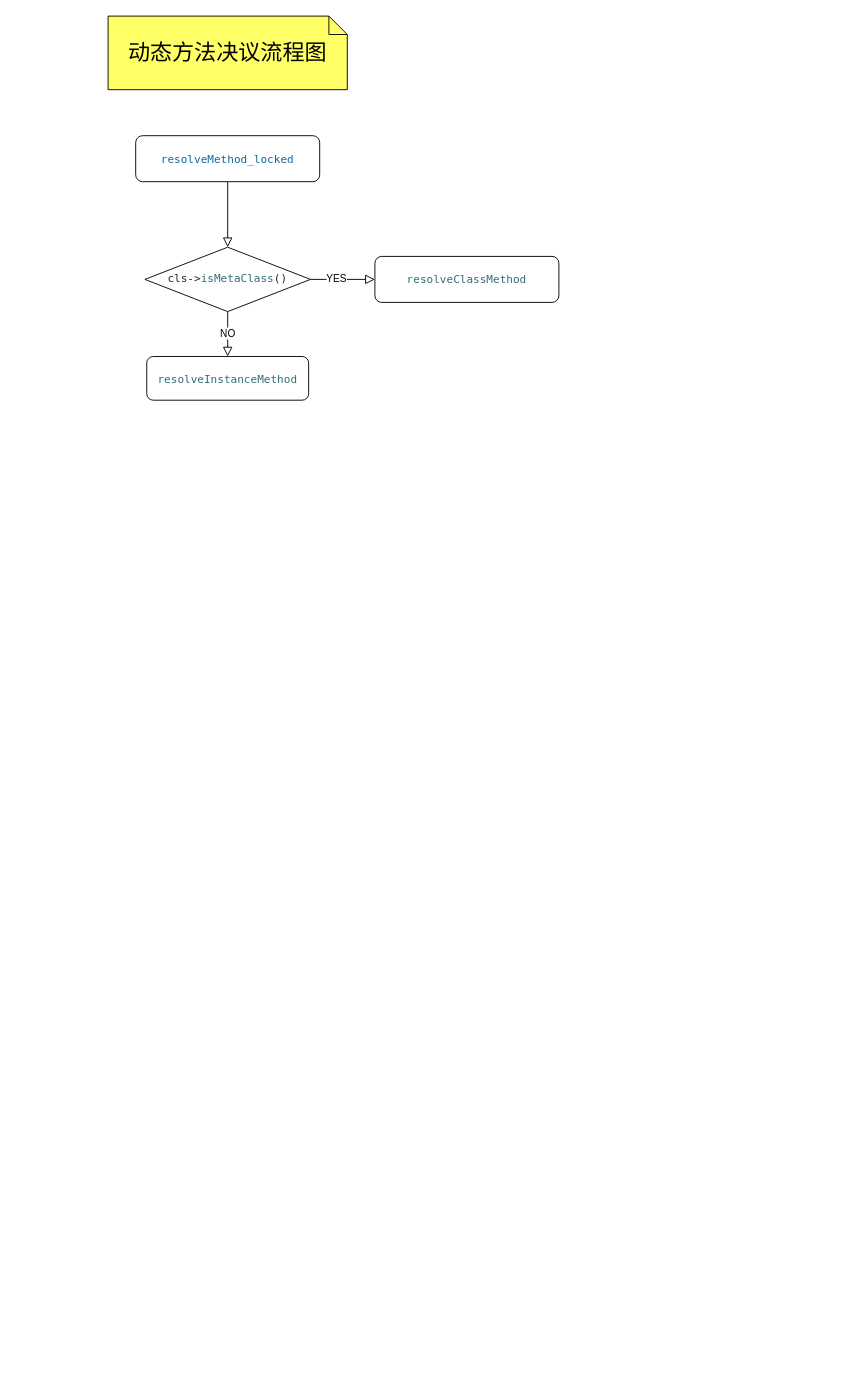
The draw.io diagram Untitled Diagram.drawio in star-j/Flowchart, before the edit. Source tidied: cells renumbered, new cells numbered last; positions are measured from the earlier drawing's top-left corner, leaving out a move shared by most shapes. Both pictures are drawn from the tidied source at 92%, with x=0, y=0 at pixel (108, 16).
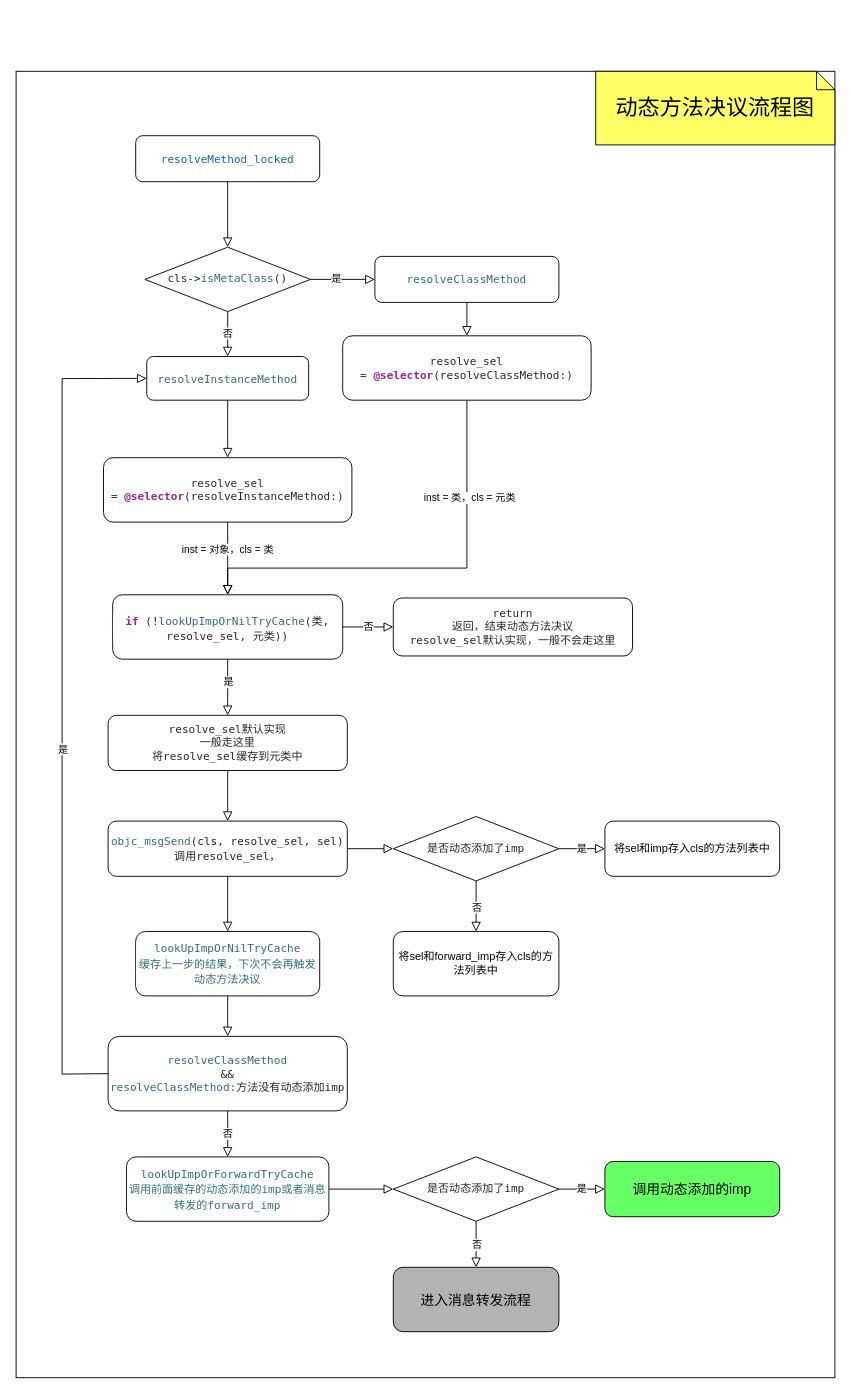
The same page after the edit.

Commit message:
动态方法决议流程图

Unchanged cells that the change refers to:
```xml
<mxCell id="6" value="&lt;p style=&quot;margin: 0px ; font-stretch: normal ; line-height: normal ; font-family: &amp;#34;menlo&amp;#34; ; color: rgb(50 , 109 , 116) ; background-color: rgb(255 , 255 , 255)&quot;&gt;&lt;span style=&quot;color: rgba(0 , 0 , 0 , 0.85)&quot;&gt;cls-&amp;gt;&lt;/span&gt;isMetaClass&lt;span style=&quot;color: rgba(0 , 0 , 0 , 0.85)&quot;&gt;()&lt;/span&gt;&lt;/p&gt;" style="rhombus;whiteSpace=wrap;html=1;shadow=0;fontFamily=Helvetica;fontSize=12;align=center;strokeWidth=1;spacing=6;spacingTop=-4;" parent="1" vertex="1">
  <mxGeometry x="40" y="251.2" width="180" height="70" as="geometry" />
</mxCell>
<mxCell id="7" value="&lt;p style=&quot;margin: 0px ; font-stretch: normal ; line-height: normal ; font-family: &amp;#34;menlo&amp;#34; ; color: rgb(50 , 109 , 116) ; background-color: rgb(255 , 255 , 255)&quot;&gt;resolveInstanceMethod&lt;/p&gt;" style="rounded=1;whiteSpace=wrap;html=1;fontSize=12;glass=0;strokeWidth=1;shadow=0;" parent="1" vertex="1">
  <mxGeometry x="42" y="370" width="176" height="47.5" as="geometry" />
</mxCell>
<mxCell id="9" value="&lt;p style=&quot;margin: 0px ; font-stretch: normal ; line-height: normal ; font-family: &amp;#34;menlo&amp;#34; ; color: rgb(50 , 109 , 116) ; background-color: rgb(255 , 255 , 255)&quot;&gt;resolveClassMethod&lt;/p&gt;" style="rounded=1;whiteSpace=wrap;html=1;fillColor=#FFFFFF;" parent="1" vertex="1">
  <mxGeometry x="290" y="261.2" width="200" height="50" as="geometry" />
</mxCell>
```

What changed in the source:
```diff
@@
+    <mxCell id="10" style="rounded=0;whiteSpace=wrap;html=1;shadow=0;fontSize=15;fontColor=#FFFFFF;fillColor=#FFFFFF;gradientColor=none;" parent="1" vertex="1">
+      <mxGeometry x="-100" y="60" width="890" height="1420" as="geometry" />
+    </mxCell>
@@
-    <mxCell id="4" value="YES" style="edgeStyle=none;rounded=0;jettySize=auto;html=1;exitX=1;exitY=0.5;exitDx=0;exitDy=0;entryX=0;entryY=0.5;entryDx=0;entryDy=0;endArrow=block;endFill=0;endSize=8;" parent="1" edge="1" source="6" target="9">
+    <mxCell id="4" value="是" style="edgeStyle=none;rounded=0;jettySize=auto;html=1;exitX=1;exitY=0.5;exitDx=0;exitDy=0;entryX=0;entryY=0.5;entryDx=0;entryDy=0;endArrow=block;endFill=0;endSize=8;" parent="1" edge="1" source="6" target="9">
       <mxGeometry x="-0.2" relative="1" as="geometry" />
     </mxCell>
-    <mxCell id="5" value="NO" style="edgeStyle=none;rounded=0;jettySize=auto;html=1;exitX=0.5;exitY=1;exitDx=0;exitDy=0;entryX=0.5;entryY=0;entryDx=0;entryDy=0;endArrow=block;endFill=0;endSize=8;" parent="1" edge="1" source="6" target="7">
+    <mxCell id="5" value="否" style="edgeStyle=none;rounded=0;jettySize=auto;html=1;exitX=0.5;exitY=1;exitDx=0;exitDy=0;entryX=0.5;entryY=0;entryDx=0;entryDy=0;endArrow=block;endFill=0;endSize=8;" parent="1" edge="1" source="6" target="7">
       <mxGeometry relative="1" as="geometry" />
     </mxCell>
@@
+    <mxCell id="11" style="edgeStyle=none;rounded=0;jettySize=auto;html=1;exitX=0.5;exitY=1;exitDx=0;exitDy=0;entryX=0.5;entryY=0;entryDx=0;entryDy=0;endArrow=block;endFill=0;endSize=8;" parent="1" edge="1" source="7" target="33">
+      <mxGeometry relative="1" as="geometry" />
+    </mxCell>
@@
     <mxCell id="8" value="&lt;font style=&quot;font-size: 24px&quot;&gt;动态方法决议流程图&lt;/font&gt;" style="shape=note;size=20;whiteSpace=wrap;html=1;fillColor=#FFFF66;" parent="1" vertex="1">
-      <mxGeometry width="260" height="80" as="geometry" />
+      <mxGeometry x="530" y="60" width="260" height="80" as="geometry" />
     </mxCell>
+    <mxCell id="12" style="edgeStyle=none;rounded=0;jettySize=auto;html=1;exitX=0.5;exitY=1;exitDx=0;exitDy=0;entryX=0.5;entryY=0;entryDx=0;entryDy=0;endArrow=block;endFill=0;endSize=8;" parent="1" edge="1" source="9" target="36">
+      <mxGeometry relative="1" as="geometry" />
+    </mxCell>
@@
+    <mxCell id="13" value="否" style="edgeStyle=none;rounded=0;jettySize=auto;html=1;endArrow=block;endFill=0;endSize=8;" parent="1" edge="1" source="16" target="28">
+      <mxGeometry relative="1" as="geometry" />
+    </mxCell>
+    <mxCell id="14" style="edgeStyle=none;rounded=0;jettySize=auto;html=1;exitX=0.5;exitY=1;exitDx=0;exitDy=0;endArrow=block;endFill=0;endSize=8;entryX=0.5;entryY=0;entryDx=0;entryDy=0;" parent="1" edge="1" source="16" target="30">
+      <mxGeometry relative="1" as="geometry" />
+    </mxCell>
+    <mxCell id="15" value="是" style="edgeLabel;html=1;align=center;verticalAlign=middle;" parent="14" vertex="1">
+      <mxGeometry x="-0.2" relative="1" as="geometry" />
+    </mxCell>
+    <mxCell id="16" value="&lt;p style=&quot;margin: 0.0px 0.0px 0.0px 0.0px ; font: 12.0px &amp;#34;menlo&amp;#34; ; color: #000000 ; color: rgba(0 , 0 , 0 , 0.85) ; background-color: #ffffff&quot;&gt;&lt;span style=&quot;font-family: &amp;#34;menlo&amp;#34; ; color: rgb(155 , 35 , 147)&quot;&gt;&lt;b&gt;if&lt;/b&gt;&lt;/span&gt;&lt;span style=&quot;font-family: &amp;#34;menlo&amp;#34;&quot;&gt; (!&lt;/span&gt;&lt;span style=&quot;color: rgb(50 , 109 , 116)&quot;&gt;lookUpImpOrNilTryCache&lt;/span&gt;(类, resolve_sel, 元类)&lt;span style=&quot;font-family: &amp;#34;menlo&amp;#34;&quot;&gt;)&lt;/span&gt;&lt;/p&gt;" style="rounded=1;whiteSpace=wrap;html=1;fillColor=#FFFFFF;" parent="1" vertex="1">
+      <mxGeometry x="5" y="629" width="250" height="70" as="geometry" />
+    </mxCell>
+    <mxCell id="17" style="edgeStyle=none;rounded=0;jettySize=auto;html=1;endArrow=block;endFill=0;endSize=8;" parent="1" edge="1" source="19" target="21">
+      <mxGeometry relative="1" as="geometry" />
+    </mxCell>
+    <mxCell id="18" style="edgeStyle=none;rounded=0;jettySize=auto;html=1;exitX=1;exitY=0.5;exitDx=0;exitDy=0;entryX=0;entryY=0.5;entryDx=0;entryDy=0;endArrow=block;endFill=0;endSize=8;" parent="1" edge="1" source="19" target="25">
+      <mxGeometry relative="1" as="geometry" />
+    </mxCell>
+    <mxCell id="19" value="&lt;p style=&quot;margin: 0px ; font-stretch: normal ; line-height: normal ; font-family: &amp;#34;menlo&amp;#34; ; color: rgb(50 , 109 , 116) ; background-color: rgb(255 , 255 , 255)&quot;&gt;objc_msgSend&lt;span style=&quot;color: rgba(0 , 0 , 0 , 0.85)&quot;&gt;(cls, resolve_sel, sel)&lt;/span&gt;&lt;/p&gt;&lt;p style=&quot;margin: 0px ; font-stretch: normal ; line-height: normal ; font-family: &amp;#34;menlo&amp;#34; ; background-color: rgb(255 , 255 , 255)&quot;&gt;&lt;span style=&quot;color: rgba(0 , 0 , 0 , 0.85)&quot;&gt;调用resolve_sel，&lt;/span&gt;&lt;/p&gt;" style="rounded=1;whiteSpace=wrap;html=1;fillColor=#FFFFFF;" parent="1" vertex="1">
+      <mxGeometry y="875" width="260" height="60" as="geometry" />
+    </mxCell>
+    <mxCell id="20" style="edgeStyle=none;rounded=0;jettySize=auto;html=1;exitX=0.5;exitY=1;exitDx=0;exitDy=0;entryX=0.5;entryY=0;entryDx=0;entryDy=0;shadow=0;endArrow=block;endFill=0;endSize=8;" parent="1" edge="1" source="21" target="42">
+      <mxGeometry relative="1" as="geometry" />
+    </mxCell>
+    <mxCell id="21" value="&lt;p style=&quot;margin: 0px ; font-stretch: normal ; line-height: normal ; font-family: &amp;#34;menlo&amp;#34; ; color: rgb(50 , 109 , 116) ; background-color: rgb(255 , 255 , 255)&quot;&gt;lookUpImpOrNilTryCache&lt;/p&gt;&lt;p style=&quot;margin: 0px ; font-stretch: normal ; line-height: normal ; font-family: &amp;#34;menlo&amp;#34; ; color: rgb(50 , 109 , 116) ; background-color: rgb(255 , 255 , 255)&quot;&gt;缓存上一步的结果，下次不会再触发动态方法决议&lt;/p&gt;" style="whiteSpace=wrap;html=1;rounded=1;fillColor=#FFFFFF;" parent="1" vertex="1">
+      <mxGeometry x="30" y="995" width="200" height="70" as="geometry" />
+    </mxCell>
+    <mxCell id="22" style="edgeStyle=none;rounded=0;jettySize=auto;html=1;exitX=0.5;exitY=1;exitDx=0;exitDy=0;entryX=0.5;entryY=0;entryDx=0;entryDy=0;endArrow=block;endFill=0;endSize=8;" parent="1" edge="1" source="25" target="27">
+      <mxGeometry relative="1" as="geometry" />
+    </mxCell>
+    <mxCell id="23" value="否" style="edgeLabel;html=1;align=center;verticalAlign=middle;" parent="22" vertex="1">
+      <mxGeometry relative="1" as="geometry" />
+    </mxCell>
+    <mxCell id="24" value="是" style="edgeStyle=none;rounded=0;jettySize=auto;html=1;exitX=1;exitY=0.5;exitDx=0;exitDy=0;entryX=0;entryY=0.5;entryDx=0;entryDy=0;endArrow=block;endFill=0;endSize=8;" parent="1" edge="1" source="25" target="26">
+      <mxGeometry relative="1" as="geometry" />
+    </mxCell>
+    <mxCell id="25" value="&lt;p style=&quot;margin: 0px ; font-stretch: normal ; line-height: normal ; font-family: &amp;#34;menlo&amp;#34; ; background-color: rgb(255 , 255 , 255)&quot;&gt;&lt;span style=&quot;color: rgba(0 , 0 , 0 , 0.85)&quot;&gt;是否动态添加了imp&lt;/span&gt;&lt;/p&gt;" style="rhombus;whiteSpace=wrap;html=1;shadow=0;fontFamily=Helvetica;fontSize=12;align=center;strokeWidth=1;spacing=6;spacingTop=-4;" parent="1" vertex="1">
+      <mxGeometry x="310" y="870" width="180" height="70" as="geometry" />
+    </mxCell>
+    <mxCell id="26" value="将sel和imp存入cls的方法列表中" style="rounded=1;whiteSpace=wrap;html=1;fillColor=#FFFFFF;" parent="1" vertex="1">
+      <mxGeometry x="540" y="875" width="190" height="60" as="geometry" />
+    </mxCell>
+    <mxCell id="27" value="将sel和forward_imp存入cls的方法列表中" style="rounded=1;whiteSpace=wrap;html=1;fillColor=#FFFFFF;" parent="1" vertex="1">
+      <mxGeometry x="310" y="995" width="180" height="70" as="geometry" />
+    </mxCell>
+    <mxCell id="28" value="&lt;font face=&quot;menlo&quot;&gt;&lt;span style=&quot;color: rgba(0 , 0 , 0 , 0.85) ; background-color: rgb(255 , 255 , 255)&quot;&gt;return&lt;br&gt;返回，结束动态方法决议&lt;br&gt;resolve_sel默认实现，一般不会走这里&lt;br&gt;&lt;/span&gt;&lt;/font&gt;" style="whiteSpace=wrap;html=1;rounded=1;fillColor=#FFFFFF;" parent="1" vertex="1">
+      <mxGeometry x="310" y="632.5" width="260" height="63" as="geometry" />
+    </mxCell>
+    <mxCell id="29" style="edgeStyle=none;rounded=0;jettySize=auto;html=1;exitX=0.5;exitY=1;exitDx=0;exitDy=0;entryX=0.5;entryY=0;entryDx=0;entryDy=0;endArrow=block;endFill=0;endSize=8;" parent="1" edge="1" source="30" target="19">
+      <mxGeometry relative="1" as="geometry" />
+    </mxCell>
+    <mxCell id="30" value="&lt;span style=&quot;color: rgba(0 , 0 , 0 , 0.85) ; font-family: &amp;#34;menlo&amp;#34; ; background-color: rgb(255 , 255 , 255)&quot;&gt;resolve_sel默认实现&lt;br&gt;一般走这里&lt;br&gt;将resolve_sel缓存到元类中&lt;/span&gt;" style="rounded=1;whiteSpace=wrap;html=1;fillColor=#FFFFFF;" parent="1" vertex="1">
+      <mxGeometry y="760" width="260" height="60" as="geometry" />
+    </mxCell>
+    <mxCell id="31" style="edgeStyle=none;rounded=0;orthogonalLoop=1;jettySize=auto;html=1;entryX=0.5;entryY=0;entryDx=0;entryDy=0;endArrow=block;endFill=0;endSize=8;" parent="1" edge="1" source="30" target="30">
+      <mxGeometry relative="1" as="geometry" />
+    </mxCell>
+    <mxCell id="32" value="&lt;span&gt;inst = 对象，cls = 类&lt;/span&gt;" style="edgeStyle=none;rounded=0;jettySize=auto;html=1;exitX=0.5;exitY=1;exitDx=0;exitDy=0;entryX=0.5;entryY=0;entryDx=0;entryDy=0;endArrow=block;endFill=0;endSize=8;" parent="1" edge="1" source="33" target="16">
+      <mxGeometry x="-0.24" relative="1" as="geometry" />
+    </mxCell>
+    <mxCell id="33" value="&lt;span style=&quot;color: rgba(0 , 0 , 0 , 0.85) ; font-family: &amp;#34;menlo&amp;#34; ; background-color: rgb(255 , 255 , 255)&quot;&gt;resolve_sel =&amp;nbsp;&lt;/span&gt;&lt;span style=&quot;font-family: &amp;#34;menlo&amp;#34; ; background-color: rgb(255 , 255 , 255) ; color: rgb(155 , 35 , 147)&quot;&gt;&lt;b&gt;@selector&lt;/b&gt;&lt;/span&gt;&lt;span style=&quot;color: rgba(0 , 0 , 0 , 0.85) ; font-family: &amp;#34;menlo&amp;#34; ; background-color: rgb(255 , 255 , 255)&quot;&gt;(resolveInstanceMethod:)&lt;/span&gt;" style="rounded=1;whiteSpace=wrap;html=1;fillColor=#FFFFFF;" parent="1" vertex="1">
+      <mxGeometry x="-5" y="480" width="270" height="70" as="geometry" />
+    </mxCell>
+    <mxCell id="34" style="edgeStyle=none;rounded=0;jettySize=auto;html=1;exitX=0.5;exitY=1;exitDx=0;exitDy=0;endArrow=block;endFill=0;endSize=8;entryX=0.5;entryY=0;entryDx=0;entryDy=0;" parent="1" edge="1" source="36" target="16">
+      <mxGeometry relative="1" as="geometry">
+        <Array as="points">
+          <mxPoint x="390" y="600" />
+          <mxPoint x="130" y="600" />
+        </Array>
+      </mxGeometry>
+    </mxCell>
+    <mxCell id="35" value="inst = 类，cls = 元类" style="edgeLabel;html=1;align=center;verticalAlign=middle;" parent="34" vertex="1">
+      <mxGeometry x="-0.23" y="1" relative="1" as="geometry">
+        <mxPoint x="1" y="-76" as="offset" />
+      </mxGeometry>
+    </mxCell>
+    <mxCell id="36" value="&lt;span style=&quot;color: rgba(0 , 0 , 0 , 0.85) ; font-family: &amp;#34;menlo&amp;#34; ; background-color: rgb(255 , 255 , 255)&quot;&gt;resolve_sel =&amp;nbsp;&lt;/span&gt;&lt;span style=&quot;font-family: &amp;#34;menlo&amp;#34; ; background-color: rgb(255 , 255 , 255) ; color: rgb(155 , 35 , 147)&quot;&gt;&lt;b&gt;@selector&lt;/b&gt;&lt;/span&gt;&lt;span style=&quot;color: rgba(0 , 0 , 0 , 0.85) ; font-family: &amp;#34;menlo&amp;#34; ; background-color: rgb(255 , 255 , 255)&quot;&gt;(&lt;/span&gt;&lt;span style=&quot;color: rgba(0 , 0 , 0 , 0.85) ; font-family: &amp;#34;menlo&amp;#34; ; background-color: rgb(255 , 255 , 255)&quot;&gt;resolveClassMethod&lt;/span&gt;&lt;span style=&quot;color: rgba(0 , 0 , 0 , 0.85) ; font-family: &amp;#34;menlo&amp;#34; ; background-color: rgb(255 , 255 , 255)&quot;&gt;:)&lt;/span&gt;" style="rounded=1;whiteSpace=wrap;html=1;fillColor=#FFFFFF;" parent="1" vertex="1">
+      <mxGeometry x="255" y="347.5" width="270" height="70" as="geometry" />
+    </mxCell>
+    <mxCell id="37" style="edgeStyle=none;rounded=0;jettySize=auto;html=1;exitX=1;exitY=0.5;exitDx=0;exitDy=0;entryX=0;entryY=0.5;entryDx=0;entryDy=0;shadow=0;fontSize=15;fontColor=#FFFFFF;endArrow=block;endFill=0;endSize=8;" parent="1" edge="1" source="38" target="46">
+      <mxGeometry relative="1" as="geometry" />
+    </mxCell>
+    <mxCell id="38" value="&lt;p style=&quot;margin: 0.0px 0.0px 0.0px 0.0px ; font: 12.0px &amp;#34;menlo&amp;#34; ; color: #326d74 ; background-color: #ffffff&quot;&gt;lookUpImpOrForwardTryCache&lt;/p&gt;&lt;p style=&quot;margin: 0.0px 0.0px 0.0px 0.0px ; font: 12.0px &amp;#34;menlo&amp;#34; ; color: #326d74 ; background-color: #ffffff&quot;&gt;调用前面缓存的动态添加的imp或者消息转发的forward_imp&lt;/p&gt;" style="whiteSpace=wrap;html=1;rounded=1;fillColor=#FFFFFF;" parent="1" vertex="1">
+      <mxGeometry x="20" y="1240" width="220" height="70" as="geometry" />
+    </mxCell>
+    <mxCell id="39" value="否" style="edgeStyle=none;rounded=0;jettySize=auto;html=1;exitX=0.5;exitY=1;exitDx=0;exitDy=0;entryX=0.5;entryY=0;entryDx=0;entryDy=0;shadow=0;endArrow=block;endFill=0;endSize=8;" parent="1" edge="1" source="42" target="38">
+      <mxGeometry relative="1" as="geometry" />
+    </mxCell>
+    <mxCell id="40" style="edgeStyle=none;rounded=0;jettySize=auto;html=1;exitX=0;exitY=0.5;exitDx=0;exitDy=0;entryX=0;entryY=0.5;entryDx=0;entryDy=0;shadow=0;endArrow=block;endFill=0;endSize=8;" parent="1" edge="1" source="42" target="7">
+      <mxGeometry relative="1" as="geometry">
+        <Array as="points">
+          <mxPoint x="-50" y="1150" />
+          <mxPoint x="-50" y="780" />
+          <mxPoint x="-50" y="394" />
+        </Array>
+      </mxGeometry>
+    </mxCell>
+    <mxCell id="41" value="是" style="edgeLabel;html=1;align=center;verticalAlign=middle;" parent="40" vertex="1">
+      <mxGeometry x="-0.1" y="-2" relative="1" as="geometry">
+        <mxPoint x="-2" as="offset" />
+      </mxGeometry>
+    </mxCell>
+    <mxCell id="42" value="&lt;span style=&quot;color: rgb(50 , 109 , 116) ; font-family: &amp;#34;menlo&amp;#34; ; background-color: rgb(255 , 255 , 255)&quot;&gt;resolveClassMethod&lt;/span&gt;&lt;p style=&quot;margin: 0px ; font-stretch: normal ; line-height: normal ; font-family: &amp;#34;menlo&amp;#34; ; color: rgba(0 , 0 , 0 , 0.85) ; background-color: rgb(255 , 255 , 255)&quot;&gt;&amp;nbsp;&amp;amp;&amp;amp;&amp;nbsp;&lt;br&gt;&lt;/p&gt;&lt;span style=&quot;color: rgb(50 , 109 , 116) ; font-family: &amp;#34;menlo&amp;#34; ; background-color: rgb(255 , 255 , 255)&quot;&gt;resolveClassMethod:&lt;/span&gt;&lt;span style=&quot;color: rgba(0 , 0 , 0 , 0.85) ; font-family: &amp;#34;menlo&amp;#34; ; background-color: rgb(255 , 255 , 255)&quot;&gt;方法没有动态添加imp&lt;/span&gt;&lt;span style=&quot;color: rgb(50 , 109 , 116) ; font-family: &amp;#34;menlo&amp;#34; ; background-color: rgb(255 , 255 , 255)&quot;&gt;&lt;br&gt;&lt;/span&gt;" style="rounded=1;whiteSpace=wrap;html=1;shadow=0;" parent="1" vertex="1">
+      <mxGeometry y="1109" width="260" height="81" as="geometry" />
+    </mxCell>
+    <mxCell id="43" style="edgeStyle=none;rounded=0;jettySize=auto;html=1;exitX=0.5;exitY=1;exitDx=0;exitDy=0;entryX=0.5;entryY=0;entryDx=0;entryDy=0;endArrow=block;endFill=0;endSize=8;" parent="1" edge="1" source="46" target="48">
+      <mxGeometry relative="1" as="geometry" />
+    </mxCell>
+    <mxCell id="44" value="否" style="edgeLabel;html=1;align=center;verticalAlign=middle;" parent="43" vertex="1">
+      <mxGeometry relative="1" as="geometry" />
+    </mxCell>
+    <mxCell id="45" value="是" style="edgeStyle=none;rounded=0;jettySize=auto;html=1;exitX=1;exitY=0.5;exitDx=0;exitDy=0;entryX=0;entryY=0.5;entryDx=0;entryDy=0;endArrow=block;endFill=0;endSize=8;" parent="1" edge="1" source="46" target="47">
+      <mxGeometry relative="1" as="geometry" />
+    </mxCell>
+    <mxCell id="46" value="&lt;p style=&quot;margin: 0px ; font-stretch: normal ; line-height: normal ; font-family: &amp;#34;menlo&amp;#34; ; background-color: rgb(255 , 255 , 255)&quot;&gt;&lt;span style=&quot;color: rgba(0 , 0 , 0 , 0.85)&quot;&gt;是否动态添加了imp&lt;/span&gt;&lt;/p&gt;" style="rhombus;whiteSpace=wrap;html=1;shadow=0;fontFamily=Helvetica;fontSize=12;align=center;strokeWidth=1;spacing=6;spacingTop=-4;" parent="1" vertex="1">
+      <mxGeometry x="310" y="1240" width="180" height="70" as="geometry" />
+    </mxCell>
+    <mxCell id="47" value="调用动态添加的imp" style="rounded=1;whiteSpace=wrap;html=1;fillColor=#66FF66;fontSize=15;" parent="1" vertex="1">
+      <mxGeometry x="540" y="1245" width="190" height="60" as="geometry" />
+    </mxCell>
+    <mxCell id="48" value="进入消息转发流程" style="rounded=1;whiteSpace=wrap;html=1;fillColor=#B3B3B3;fontSize=15;" parent="1" vertex="1">
+      <mxGeometry x="310" y="1360" width="180" height="70" as="geometry" />
+    </mxCell>
```
